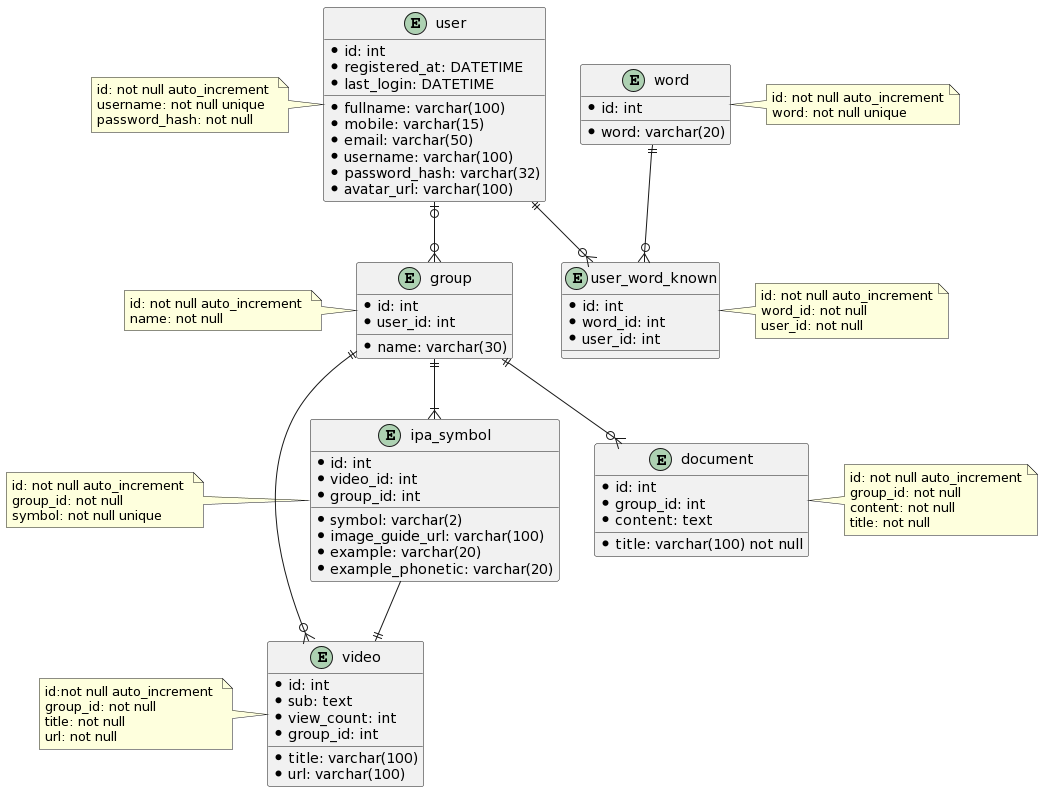
This is design/docs/db/entity.png from quynhphungvn/self-management, a PlantUML export, as it was before one commit. Source of this version:
```plantuml
@startuml
entity video {
*id: int
*title: varchar(100)
*sub: text
*view_count: int
*url: varchar(100)
*group_id: int
}
entity group {
*id: int
*name: varchar(30)
*user_id: int
}
entity user {
*id: int
*fullname: varchar(100)
*mobile: varchar(15)
*email: varchar(50)
*username: varchar(100)
*password_hash: varchar(32)
*registered_at: DATETIME
*last_login: DATETIME
*avatar_url: varchar(100)
}
entity word {
*id: int
*word: varchar(20)
}
entity user_word_known {
*id: int
*word_id: int
*user_id: int
}
entity ipa_symbol {
*id: int
*symbol: varchar(2)
*video_id: int
*image_guide_url: varchar(100)
*example: varchar(20)
*example_phonetic: varchar(20)
*group_id: int
}
entity document {
*id: int
*title: varchar(100) not null
*group_id: int
*content: text
}
user |o--o{ group
user ||--o{ user_word_known
word ||--o{ user_word_known
group ||--o{ video
group ||--o{ document
group ||--|{ ipa_symbol
ipa_symbol --||video

note left of user
 id: not null auto_increment
 username: not null unique
 password_hash: not null
end note

note left of video
 id:not null auto_increment
 group_id: not null
 title: not null
 url: not null
end note
note left of group
 id: not null auto_increment
 name: not null
end note
note left of ipa_symbol
 id: not null auto_increment
 group_id: not null
 symbol: not null unique
end note
note right of document
 id: not null auto_increment
 group_id: not null
 content: not null
 title: not null
end note
note right of user_word_known
 id: not null auto_increment
 word_id: not null
 user_id: not null
end note
note right of word
 id: not null auto_increment
 word: not null unique
end note
@enduml
```
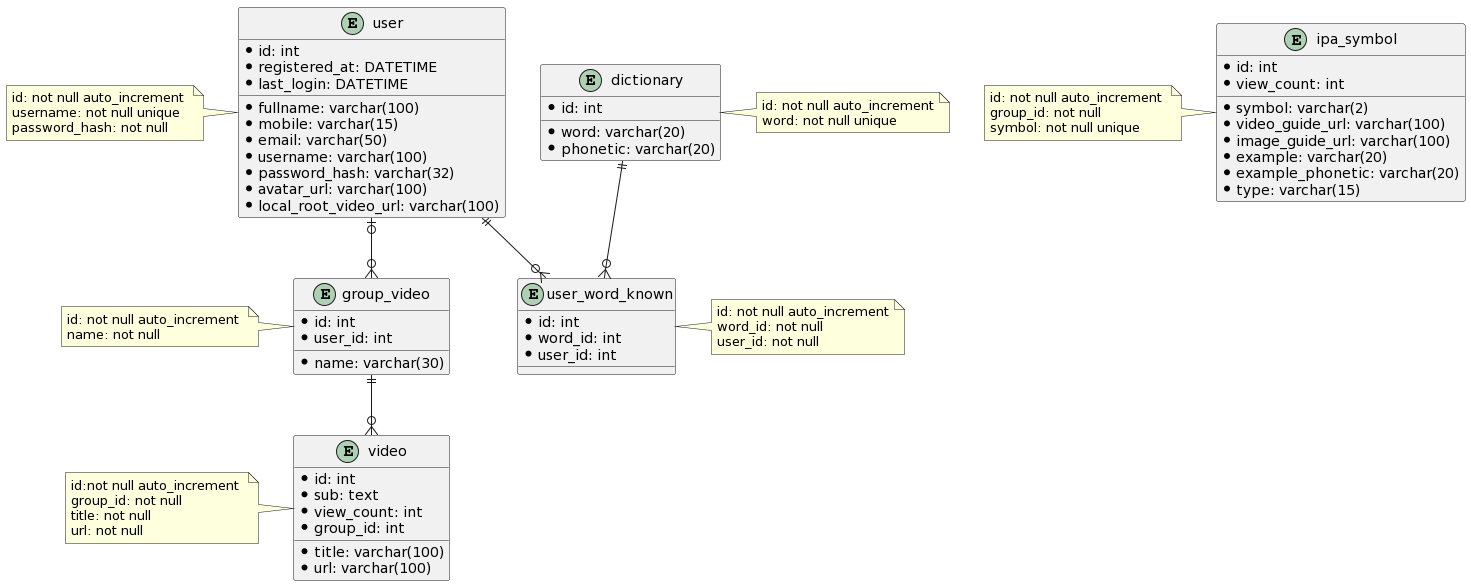
The same file after the commit.

The edit, as a diff of the source:
```diff
@@ -7,7 +7,7 @@
 *url: varchar(100)
 *group_id: int
 }
-entity group {
+entity group_video {
 *id: int
 *name: varchar(30)
 *user_id: int
@@ -22,10 +22,12 @@
 *registered_at: DATETIME
 *last_login: DATETIME
 *avatar_url: varchar(100)
+*local_root_video_url: varchar(100)
 }
-entity word {
+entity dictionary {
 *id: int
 *word: varchar(20)
+*phonetic: varchar(20)
 }
 entity user_word_known {
 *id: int
@@ -35,39 +37,30 @@
 entity ipa_symbol {
 *id: int
 *symbol: varchar(2)
-*video_id: int
+*video_guide_url: varchar(100)
 *image_guide_url: varchar(100)
 *example: varchar(20)
 *example_phonetic: varchar(20)
-*group_id: int
+*type: varchar(15)
+*view_count: int
 }
-entity document {
-*id: int
-*title: varchar(100) not null
-*group_id: int
-*content: text
-}
-user |o--o{ group
+user |o--o{ group_video
 user ||--o{ user_word_known
-word ||--o{ user_word_known
-group ||--o{ video
-group ||--o{ document
-group ||--|{ ipa_symbol
-ipa_symbol --||video
+dictionary ||--o{ user_word_known
+group_video ||--o{ video
 
 note left of user
  id: not null auto_increment
  username: not null unique
  password_hash: not null
 end note
-
 note left of video
  id:not null auto_increment
  group_id: not null
  title: not null
  url: not null
 end note
-note left of group
+note left of group_video
  id: not null auto_increment
  name: not null
 end note
@@ -76,18 +69,12 @@
  group_id: not null
  symbol: not null unique
 end note
-note right of document
- id: not null auto_increment
- group_id: not null
- content: not null
- title: not null
-end note
 note right of user_word_known
  id: not null auto_increment
  word_id: not null
  user_id: not null
 end note
-note right of word
+note right of dictionary
  id: not null auto_increment
  word: not null unique
 end note
```
